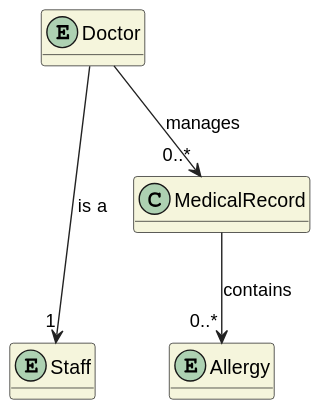
The PlantUML diagram docs/sprint-3/1220738/us-7.2.4/diagrams/domain-model/domain-model-simplification.svg in rita-barbosa/LAPR5-2425, before a commit.
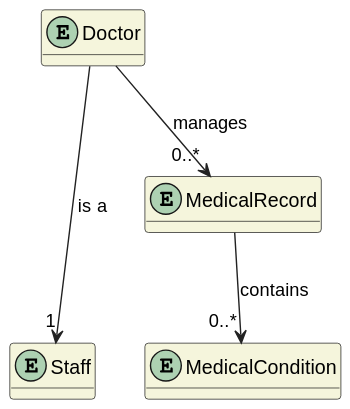
The same file after the commit.

Commit message:
DG38-455 | Docs: Created the views that will describe this US for the design section.

Change to the diagram source:
```diff
@@ -6,9 +6,10 @@
 
 entity Staff {}
 entity Doctor {}
-entity Allergy {}
+entity MedicalCondition {}
+entity MedicalRecord {}
 
 Doctor ---> "1" Staff : is a
-MedicalRecord --> "0..*" Allergy : contains
+MedicalRecord --> "0..*" MedicalCondition : contains
 Doctor --> "0..*" MedicalRecord : manages
 @enduml
```
